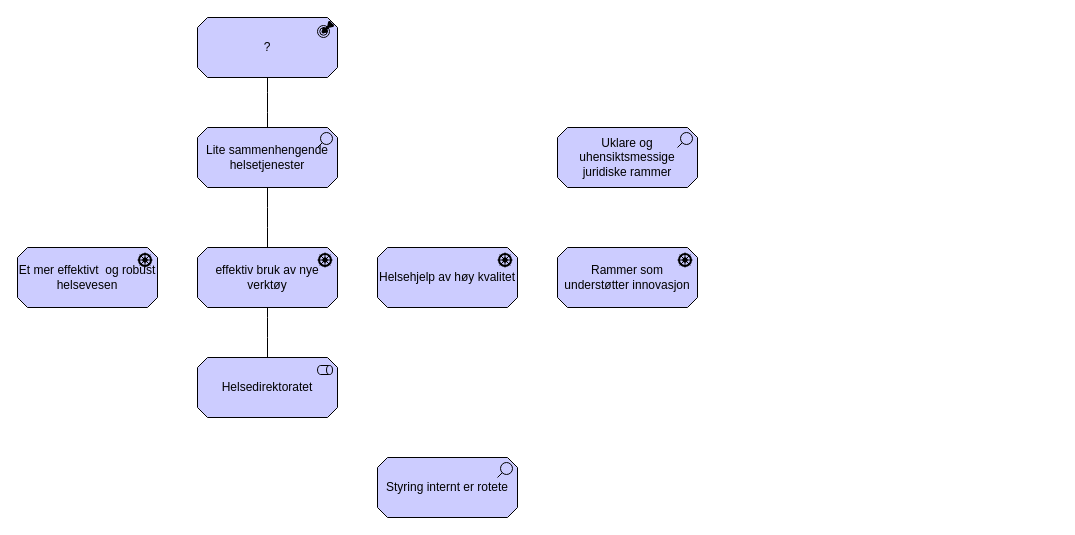
The draw.io diagram page "helsedirektoratet-concern" (7 of 10) of docs/interessent/motivasjon-interessent.drawio in hdir/Digital-Forstelinje, before the edit. Source tidied: cells renumbered, new cells numbered last; positions are measured from the earlier drawing's top-left corner, leaving out a move shared by most shapes. Both pictures are drawn from the tidied source at 100%, with x=0, y=0 at pixel (17, 17).
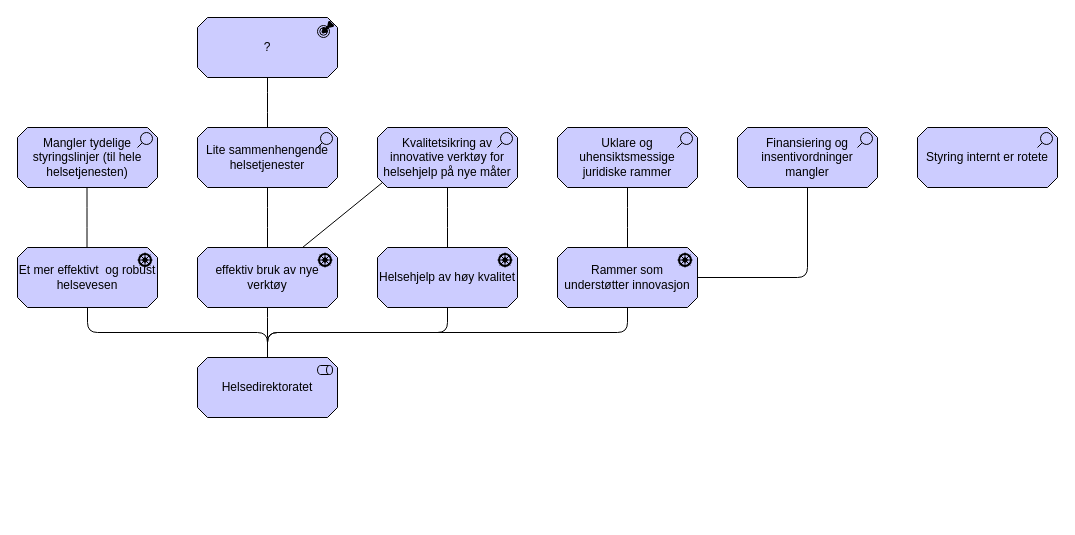
The same page after the edit.

The change refers to these unchanged cells:
```xml
<mxCell id="2" value="Helsedirektoratet" style="html=1;outlineConnect=0;whiteSpace=wrap;fillColor=#CCCCFF;shape=mxgraph.archimate3.application;appType=role;archiType=oct;" parent="1" vertex="1">
  <mxGeometry x="180" y="340" width="140" height="60" as="geometry" />
</mxCell>
<mxCell id="8" value="Helsehjelp av høy kvalitet" style="html=1;outlineConnect=0;whiteSpace=wrap;fillColor=#CCCCFF;shape=mxgraph.archimate3.application;appType=driver;archiType=oct;" parent="1" vertex="1">
  <mxGeometry x="360" y="230" width="140" height="60" as="geometry" />
</mxCell>
<mxCell id="9" value="Et mer effektivt&amp;nbsp; og robust helsevesen" style="html=1;outlineConnect=0;whiteSpace=wrap;fillColor=#CCCCFF;shape=mxgraph.archimate3.application;appType=driver;archiType=oct;" parent="1" vertex="1">
  <mxGeometry y="230" width="140" height="60" as="geometry" />
</mxCell>
<mxCell id="10" value="effektiv bruk av nye verktøy" style="html=1;outlineConnect=0;whiteSpace=wrap;fillColor=#CCCCFF;shape=mxgraph.archimate3.application;appType=driver;archiType=oct;" parent="1" vertex="1">
  <mxGeometry x="180" y="230" width="140" height="60" as="geometry" />
</mxCell>
<mxCell id="11" value="Rammer som understøtter innovasjon" style="html=1;outlineConnect=0;whiteSpace=wrap;fillColor=#CCCCFF;shape=mxgraph.archimate3.application;appType=driver;archiType=oct;" parent="1" vertex="1">
  <mxGeometry x="540" y="230" width="140" height="60" as="geometry" />
</mxCell>
<mxCell id="12" value="Uklare og uhensiktsmessige juridiske rammer" style="html=1;outlineConnect=0;whiteSpace=wrap;fillColor=#CCCCFF;shape=mxgraph.archimate3.application;appType=assess;archiType=oct;" parent="1" vertex="1">
  <mxGeometry x="540" y="110" width="140" height="60" as="geometry" />
</mxCell>
```

What changed in the source:
```diff
@@
     <mxCell id="13" value="Styring internt er rotete" style="html=1;whiteSpace=wrap;fillColor=#CCCCFF;shape=mxgraph.archimate3.application;appType=assess;archiType=oct;" parent="1" vertex="1">
-      <mxGeometry x="360" y="440" width="140" height="60" as="geometry" />
+      <mxGeometry x="900" y="110" width="140" height="60" as="geometry" />
     </mxCell>
+    <mxCell id="14" value="Mangler tydelige styringslinjer (til hele helsetjenesten)" style="html=1;whiteSpace=wrap;fillColor=#CCCCFF;shape=mxgraph.archimate3.application;appType=assess;archiType=oct;" parent="1" vertex="1">
+      <mxGeometry y="110" width="140" height="60" as="geometry" />
+    </mxCell>
+    <mxCell id="15" value="Kvalitetsikring av innovative verktøy for helsehjelp på nye måter" style="html=1;outlineConnect=0;whiteSpace=wrap;fillColor=#CCCCFF;shape=mxgraph.archimate3.application;appType=assess;archiType=oct;" parent="1" vertex="1">
+      <mxGeometry x="360" y="110" width="140" height="60" as="geometry" />
+    </mxCell>
+    <mxCell id="16" style="html=1;endArrow=none;elbow=vertical;exitX=0;exitY=1;exitDx=5;exitDy=-5;exitPerimeter=0;entryX=0.75;entryY=0;entryDx=0;entryDy=0;entryPerimeter=0;" parent="1" edge="1" source="15" target="10">
+      <mxGeometry relative="1" as="geometry" />
+    </mxCell>
+    <mxCell id="17" style="edgeStyle=elbowEdgeStyle;html=1;endArrow=none;elbow=vertical;exitX=0.5;exitY=1;exitDx=0;exitDy=0;exitPerimeter=0;entryX=0.5;entryY=0;entryDx=0;entryDy=0;entryPerimeter=0;" parent="1" edge="1">
+      <mxGeometry relative="1" as="geometry">
+        <mxPoint x="69.5" y="170" as="sourcePoint" />
+        <mxPoint x="69.5" y="230" as="targetPoint" />
+      </mxGeometry>
+    </mxCell>
+    <mxCell id="18" style="edgeStyle=elbowEdgeStyle;html=1;endArrow=none;elbow=vertical;entryX=0.5;entryY=0;entryDx=0;entryDy=0;entryPerimeter=0;" parent="1" edge="1" source="15" target="8">
+      <mxGeometry relative="1" as="geometry" />
+    </mxCell>
+    <mxCell id="19" style="edgeStyle=elbowEdgeStyle;html=1;endArrow=none;elbow=vertical;exitX=0.5;exitY=1;exitDx=0;exitDy=0;exitPerimeter=0;entryX=0.5;entryY=0;entryDx=0;entryDy=0;entryPerimeter=0;" parent="1" edge="1" source="12" target="11">
+      <mxGeometry relative="1" as="geometry" />
+    </mxCell>
+    <mxCell id="20" value="Finansiering og insentivordninger mangler" style="html=1;outlineConnect=0;whiteSpace=wrap;fillColor=#CCCCFF;shape=mxgraph.archimate3.application;appType=assess;archiType=oct;" parent="1" vertex="1">
+      <mxGeometry x="720" y="110" width="140" height="60" as="geometry" />
+    </mxCell>
+    <mxCell id="21" style="edgeStyle=orthogonalEdgeStyle;html=1;endArrow=none;elbow=vertical;exitX=0.5;exitY=1;exitDx=0;exitDy=0;exitPerimeter=0;entryX=1;entryY=0.5;entryDx=0;entryDy=0;entryPerimeter=0;" parent="1" edge="1" source="20" target="11">
+      <mxGeometry relative="1" as="geometry" />
+    </mxCell>
+    <mxCell id="22" style="edgeStyle=elbowEdgeStyle;html=1;endArrow=none;elbow=vertical;exitX=0.5;exitY=1;exitDx=0;exitDy=0;exitPerimeter=0;" parent="1" edge="1" source="8">
+      <mxGeometry relative="1" as="geometry">
+        <mxPoint x="250" y="340" as="targetPoint" />
+      </mxGeometry>
+    </mxCell>
+    <mxCell id="23" style="edgeStyle=elbowEdgeStyle;html=1;endArrow=none;elbow=vertical;exitX=0.5;exitY=1;exitDx=0;exitDy=0;exitPerimeter=0;entryX=0.5;entryY=0;entryDx=0;entryDy=0;entryPerimeter=0;" parent="1" edge="1" source="9" target="2">
+      <mxGeometry relative="1" as="geometry" />
+    </mxCell>
+    <mxCell id="24" style="edgeStyle=elbowEdgeStyle;html=1;endArrow=none;elbow=vertical;exitX=0.5;exitY=1;exitDx=0;exitDy=0;exitPerimeter=0;entryX=0.5;entryY=0;entryDx=0;entryDy=0;entryPerimeter=0;" parent="1" edge="1" source="11" target="2">
+      <mxGeometry relative="1" as="geometry" />
+    </mxCell>
```
